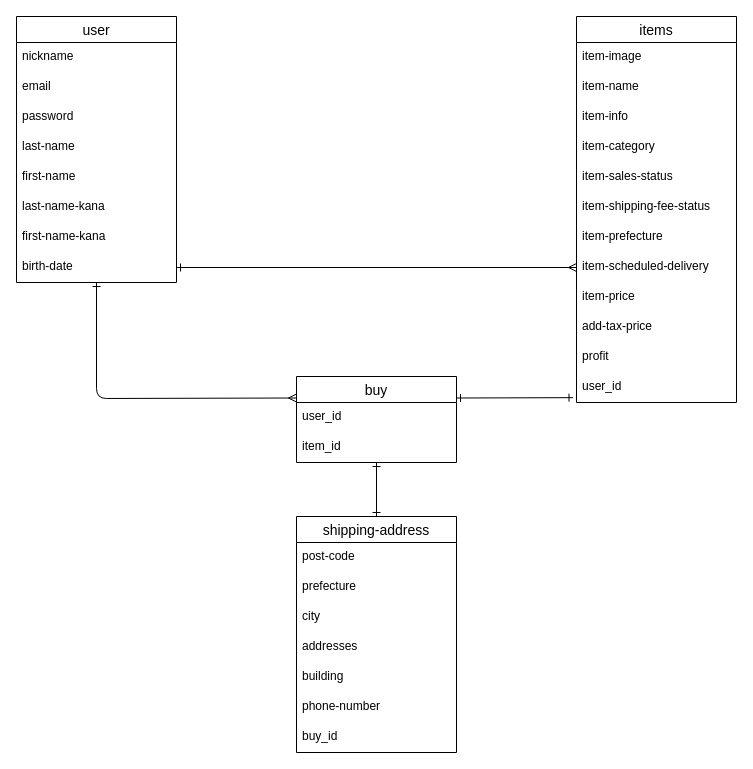
Before: test.dio in yurikomura/furima-39644, a draw.io diagram. Source tidied: cells renumbered, new cells numbered last; positions are measured from the earlier drawing's top-left corner, leaving out a move shared by most shapes. Both pictures are drawn from the tidied source at 100%, with x=0, y=0 at pixel (16, 16).
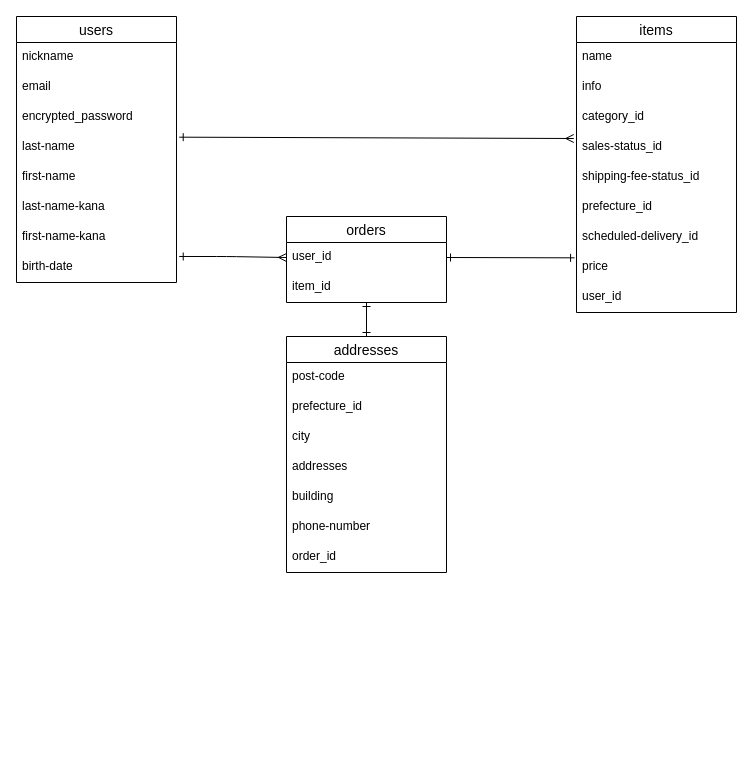
The same diagram, later.

The change refers to these unchanged cells:
```xml
<mxCell id="7" value="last-name" style="text;strokeColor=none;fillColor=none;spacingLeft=4;spacingRight=4;overflow=hidden;points=[[0,0.5],[1,0.5]];portConstraint=eastwest;fontSize=12;" parent="3" vertex="1">
  <mxGeometry y="116" width="160" height="30" as="geometry" />
</mxCell>
<mxCell id="11" value="birth-date" style="text;strokeColor=none;fillColor=none;spacingLeft=4;spacingRight=4;overflow=hidden;points=[[0,0.5],[1,0.5]];portConstraint=eastwest;fontSize=12;" parent="3" vertex="1">
  <mxGeometry y="236" width="160" height="30" as="geometry" />
</mxCell>
<mxCell id="27" value="user_id" style="text;strokeColor=none;fillColor=none;spacingLeft=4;spacingRight=4;overflow=hidden;points=[[0,0.5],[1,0.5]];portConstraint=eastwest;fontSize=12;" parent="26" vertex="1">
  <mxGeometry y="26" width="160" height="30" as="geometry" />
</mxCell>
```

What changed in the source:
```diff
@@
-    <mxCell id="2" style="edgeStyle=none;html=1;entryX=0;entryY=0.25;entryDx=0;entryDy=0;endArrow=ERmany;endFill=0;startArrow=ERone;startFill=0;" parent="1" edge="1" source="3" target="26">
+    <mxCell id="2" style="edgeStyle=none;html=1;entryX=0;entryY=0.5;entryDx=0;entryDy=0;endArrow=ERmany;endFill=0;startArrow=ERone;startFill=0;exitX=1.017;exitY=0.133;exitDx=0;exitDy=0;exitPerimeter=0;" parent="1" edge="1" source="11" target="27">
       <mxGeometry relative="1" as="geometry">
         <Array as="points">
-          <mxPoint x="80" y="382" />
+          <mxPoint x="210" y="240" />
         </Array>
       </mxGeometry>
     </mxCell>
-    <mxCell id="3" value="user" style="swimlane;fontStyle=0;horizontal=1;startSize=26;align=center;fontSize=14;" parent="1" vertex="1">
+    <mxCell id="3" value="users" style="swimlane;fontStyle=0;horizontal=1;startSize=26;align=center;fontSize=14;" parent="1" vertex="1">
       <mxGeometry width="160" height="266" as="geometry" />
     </mxCell>
@@
-    <mxCell id="6" value="password" style="text;strokeColor=none;fillColor=none;spacingLeft=4;spacingRight=4;overflow=hidden;fontSize=12;" parent="3" vertex="1">
+    <mxCell id="6" value="encrypted_password" style="text;strokeColor=none;fillColor=none;spacingLeft=4;spacingRight=4;overflow=hidden;fontSize=12;" parent="3" vertex="1">
       <mxGeometry y="86" width="160" height="30" as="geometry" />
     </mxCell>
@@
     <mxCell id="12" value="items" style="swimlane;fontStyle=0;horizontal=1;startSize=26;align=center;fontSize=14;" parent="1" vertex="1">
-      <mxGeometry x="560" width="160" height="386" as="geometry" />
+      <mxGeometry x="560" width="160" height="296" as="geometry" />
     </mxCell>
-    <mxCell id="13" value="item-image&#10;" style="text;strokeColor=none;fillColor=none;spacingLeft=4;spacingRight=4;overflow=hidden;fontSize=12;" parent="12" vertex="1">
-      <mxGeometry y="26" width="160" height="30" as="geometry" />
-    </mxCell>
-    <mxCell id="14" value="item-name" style="text;strokeColor=none;fillColor=none;spacingLeft=4;spacingRight=4;overflow=hidden;fontSize=12;" parent="12" vertex="1">
-      <mxGeometry y="56" width="160" height="30" as="geometry" />
+    <mxCell id="14" value="name" style="text;strokeColor=none;fillColor=none;spacingLeft=4;spacingRight=4;overflow=hidden;fontSize=12;" parent="12" vertex="1">
+      <mxGeometry y="26" width="160" height="30" as="geometry" />
     </mxCell>
-    <mxCell id="15" value="item-info" style="text;strokeColor=none;fillColor=none;spacingLeft=4;spacingRight=4;overflow=hidden;fontSize=12;" parent="12" vertex="1">
-      <mxGeometry y="86" width="160" height="30" as="geometry" />
+    <mxCell id="15" value="info" style="text;strokeColor=none;fillColor=none;spacingLeft=4;spacingRight=4;overflow=hidden;fontSize=12;" parent="12" vertex="1">
+      <mxGeometry y="56" width="160" height="30" as="geometry" />
     </mxCell>
-    <mxCell id="16" value="item-category" style="text;strokeColor=none;fillColor=none;spacingLeft=4;spacingRight=4;overflow=hidden;fontSize=12;" parent="12" vertex="1">
-      <mxGeometry y="116" width="160" height="30" as="geometry" />
+    <mxCell id="16" value="category_id" style="text;strokeColor=none;fillColor=none;spacingLeft=4;spacingRight=4;overflow=hidden;fontSize=12;" parent="12" vertex="1">
+      <mxGeometry y="86" width="160" height="30" as="geometry" />
     </mxCell>
-    <mxCell id="17" value="item-sales-status" style="text;strokeColor=none;fillColor=none;spacingLeft=4;spacingRight=4;overflow=hidden;points=[[0,0.5],[1,0.5]];portConstraint=eastwest;fontSize=12;" parent="12" vertex="1">
-      <mxGeometry y="146" width="160" height="30" as="geometry" />
+    <mxCell id="17" value="sales-status_id" style="text;strokeColor=none;fillColor=none;spacingLeft=4;spacingRight=4;overflow=hidden;points=[[0,0.5],[1,0.5]];portConstraint=eastwest;fontSize=12;" parent="12" vertex="1">
+      <mxGeometry y="116" width="160" height="30" as="geometry" />
     </mxCell>
-    <mxCell id="18" value="item-shipping-fee-status" style="text;strokeColor=none;fillColor=none;spacingLeft=4;spacingRight=4;overflow=hidden;fontSize=12;" parent="12" vertex="1">
-      <mxGeometry y="176" width="160" height="30" as="geometry" />
+    <mxCell id="18" value="shipping-fee-status_id" style="text;strokeColor=none;fillColor=none;spacingLeft=4;spacingRight=4;overflow=hidden;fontSize=12;" parent="12" vertex="1">
+      <mxGeometry y="146" width="160" height="30" as="geometry" />
     </mxCell>
-    <mxCell id="19" value="item-prefecture" style="text;strokeColor=none;fillColor=none;spacingLeft=4;spacingRight=4;overflow=hidden;fontSize=12;" parent="12" vertex="1">
-      <mxGeometry y="206" width="160" height="30" as="geometry" />
+    <mxCell id="19" value="prefecture_id" style="text;strokeColor=none;fillColor=none;spacingLeft=4;spacingRight=4;overflow=hidden;fontSize=12;" parent="12" vertex="1">
+      <mxGeometry y="176" width="160" height="30" as="geometry" />
     </mxCell>
-    <mxCell id="20" value="item-scheduled-delivery" style="text;strokeColor=none;fillColor=none;spacingLeft=4;spacingRight=4;overflow=hidden;points=[[0,0.5],[1,0.5]];portConstraint=eastwest;fontSize=12;" parent="12" vertex="1">
-      <mxGeometry y="236" width="160" height="30" as="geometry" />
+    <mxCell id="20" value="scheduled-delivery_id" style="text;strokeColor=none;fillColor=none;spacingLeft=4;spacingRight=4;overflow=hidden;points=[[0,0.5],[1,0.5]];portConstraint=eastwest;fontSize=12;" parent="12" vertex="1">
+      <mxGeometry y="206" width="160" height="30" as="geometry" />
     </mxCell>
-    <mxCell id="21" value="item-price" style="text;strokeColor=none;fillColor=none;spacingLeft=4;spacingRight=4;overflow=hidden;points=[[0,0.5],[1,0.5]];portConstraint=eastwest;fontSize=12;" parent="12" vertex="1">
-      <mxGeometry y="266" width="160" height="30" as="geometry" />
+    <mxCell id="21" value="price" style="text;strokeColor=none;fillColor=none;spacingLeft=4;spacingRight=4;overflow=hidden;points=[[0,0.5],[1,0.5]];portConstraint=eastwest;fontSize=12;" parent="12" vertex="1">
+      <mxGeometry y="236" width="160" height="30" as="geometry" />
     </mxCell>
-    <mxCell id="22" value="add-tax-price" style="text;strokeColor=none;fillColor=none;spacingLeft=4;spacingRight=4;overflow=hidden;fontSize=12;" parent="12" vertex="1">
-      <mxGeometry y="296" width="160" height="30" as="geometry" />
-    </mxCell>
-    <mxCell id="23" value="profit" style="text;strokeColor=none;fillColor=none;spacingLeft=4;spacingRight=4;overflow=hidden;fontSize=12;" parent="12" vertex="1">
-      <mxGeometry y="326" width="160" height="30" as="geometry" />
-    </mxCell>
     <mxCell id="24" value="user_id" style="text;strokeColor=none;fillColor=none;spacingLeft=4;spacingRight=4;overflow=hidden;points=[[0,0.5],[1,0.5]];portConstraint=eastwest;fontSize=12;" parent="12" vertex="1">
-      <mxGeometry y="356" width="160" height="30" as="geometry" />
+      <mxGeometry y="266" width="160" height="30" as="geometry" />
     </mxCell>
-    <mxCell id="25" style="edgeStyle=none;html=1;exitX=1;exitY=0.25;exitDx=0;exitDy=0;startArrow=ERone;startFill=0;endArrow=ERone;endFill=0;entryX=-0.022;entryY=0.839;entryDx=0;entryDy=0;entryPerimeter=0;" parent="1" edge="1" source="26" target="24">
+    <mxCell id="25" style="edgeStyle=none;html=1;exitX=1;exitY=0.5;exitDx=0;exitDy=0;startArrow=ERone;startFill=0;endArrow=ERone;endFill=0;entryX=-0.012;entryY=0.178;entryDx=0;entryDy=0;entryPerimeter=0;" parent="1" edge="1" source="27" target="21">
       <mxGeometry relative="1" as="geometry" />
     </mxCell>
-    <mxCell id="26" value="buy" style="swimlane;fontStyle=0;horizontal=1;startSize=26;align=center;fontSize=14;" parent="1" vertex="1">
-      <mxGeometry x="280" y="360" width="160" height="86" as="geometry" />
+    <mxCell id="26" value="orders" style="swimlane;fontStyle=0;horizontal=1;startSize=26;align=center;fontSize=14;" parent="1" vertex="1">
+      <mxGeometry x="270" y="200" width="160" height="86" as="geometry" />
     </mxCell>
@@
-    <mxCell id="30" value="shipping-address" style="swimlane;fontStyle=0;horizontal=1;startSize=26;align=center;fontSize=14;" parent="1" vertex="1">
-      <mxGeometry x="280" y="500" width="160" height="236" as="geometry" />
+    <mxCell id="30" value="addresses" style="swimlane;fontStyle=0;horizontal=1;startSize=26;align=center;fontSize=14;" parent="1" vertex="1">
+      <mxGeometry x="270" y="320" width="160" height="236" as="geometry" />
     </mxCell>
@@
-    <mxCell id="32" value="prefecture" style="text;strokeColor=none;fillColor=none;spacingLeft=4;spacingRight=4;overflow=hidden;fontSize=12;" parent="30" vertex="1">
+    <mxCell id="32" value="prefecture_id" style="text;strokeColor=none;fillColor=none;spacingLeft=4;spacingRight=4;overflow=hidden;fontSize=12;" parent="30" vertex="1">
       <mxGeometry y="56" width="160" height="30" as="geometry" />
     </mxCell>
@@
-    <mxCell id="37" value="buy_id" style="text;strokeColor=none;fillColor=none;spacingLeft=4;spacingRight=4;overflow=hidden;fontSize=12;" parent="30" vertex="1">
+    <mxCell id="37" value="order_id" style="text;strokeColor=none;fillColor=none;spacingLeft=4;spacingRight=4;overflow=hidden;fontSize=12;" parent="30" vertex="1">
       <mxGeometry y="206" width="160" height="30" as="geometry" />
     </mxCell>
-    <mxCell id="38" style="edgeStyle=none;html=1;exitX=1;exitY=0.5;exitDx=0;exitDy=0;endArrow=ERmany;endFill=0;entryX=0;entryY=0.5;entryDx=0;entryDy=0;startArrow=ERone;startFill=0;" parent="1" edge="1" source="11" target="20">
+    <mxCell id="38" style="edgeStyle=none;html=1;exitX=1.017;exitY=0.156;exitDx=0;exitDy=0;endArrow=ERmany;endFill=0;entryX=-0.017;entryY=0.2;entryDx=0;entryDy=0;startArrow=ERone;startFill=0;exitPerimeter=0;entryPerimeter=0;" parent="1" edge="1" source="7" target="17">
       <mxGeometry relative="1" as="geometry" />
     </mxCell>
```
